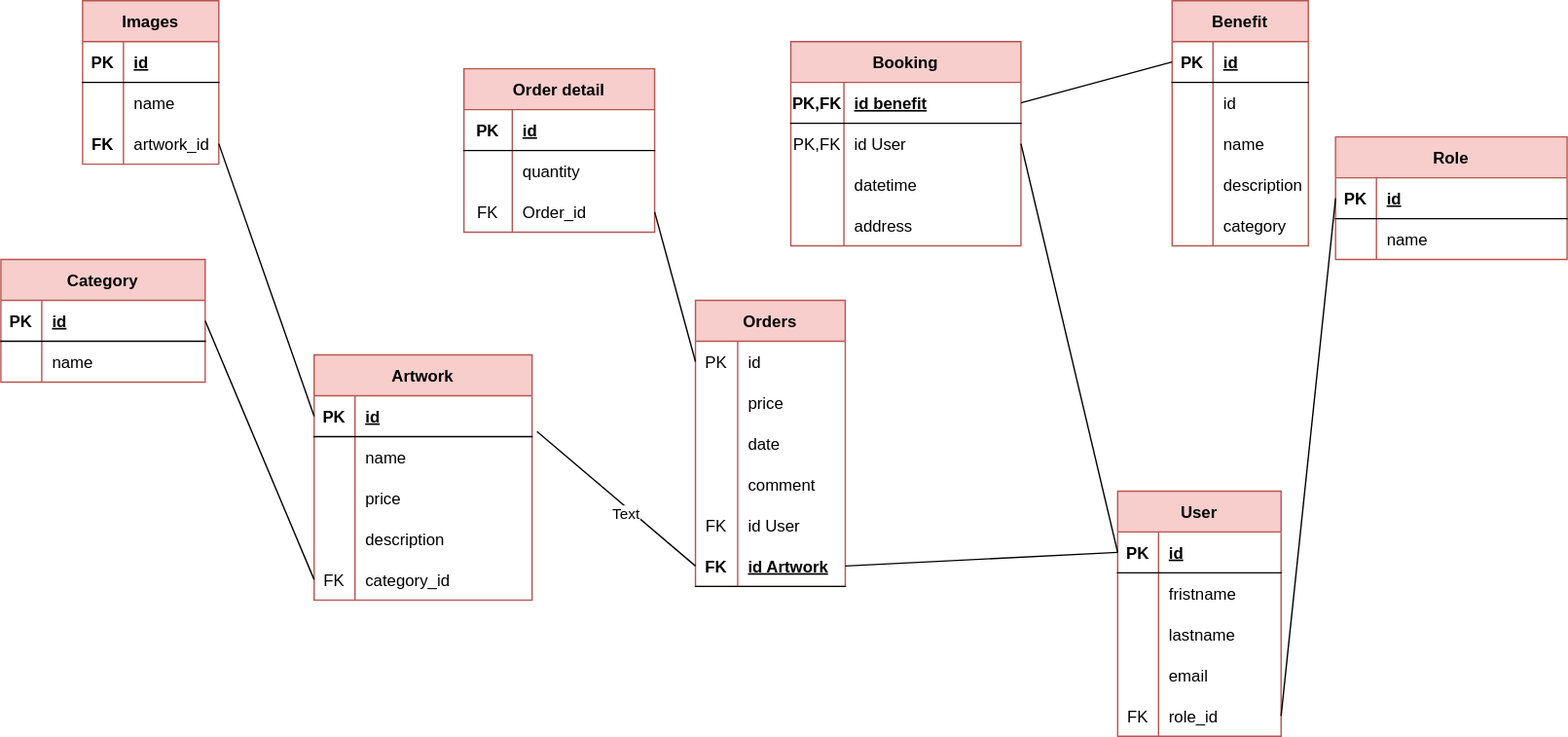
This is code/server/merise/projet madameqalame/MLD.calligraphie.drawio.svg from Mabrouka659/madameqalam, a draw.io export, as it was before one commit. Source tidied: cells renumbered, new cells last; positions are measured from the earlier drawing's top-left corner, leaving out a move shared by most shapes.
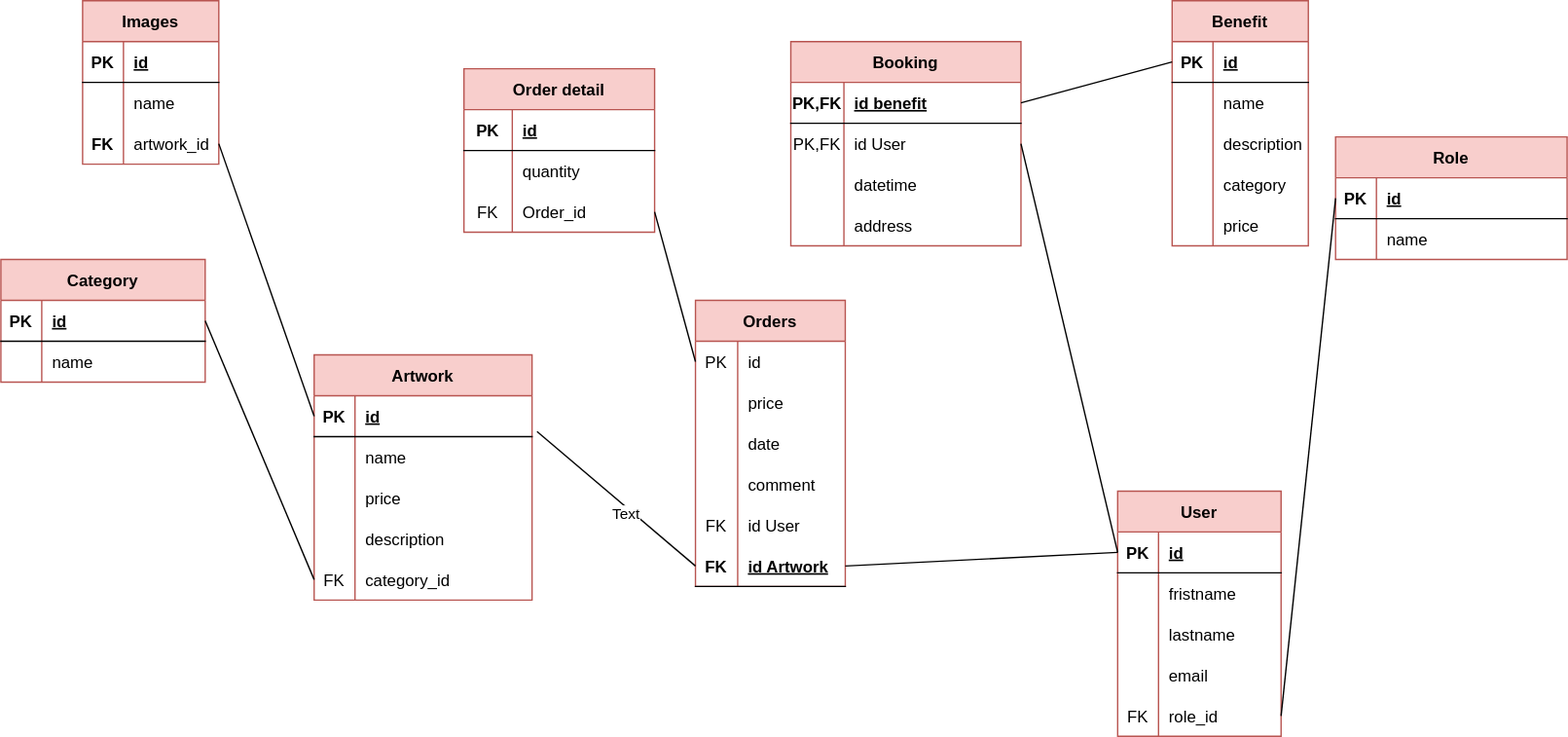
After the commit.

What changed in the source:
```diff
@@ -83,17 +83,8 @@
     <mxCell id="28" value="id" style="shape=partialRectangle;fillColor=none;top=0;left=0;bottom=0;right=0;align=left;spacingLeft=6;fontStyle=5;overflow=hidden;" parent="26" vertex="1">
       <mxGeometry x="30" width="70" height="30" as="geometry" />
     </mxCell>
-    <mxCell id="29" style="shape=tableRow;horizontal=0;startSize=0;swimlaneHead=0;swimlaneBody=0;fillColor=none;top=0;left=0;right=0;bottom=0;" parent="25" vertex="1">
-      <mxGeometry y="60" width="100" height="30" as="geometry" />
-    </mxCell>
-    <mxCell id="30" style="shape=partialRectangle;fillColor=none;top=0;left=0;bottom=0;right=0;overflow=hidden;" parent="29" vertex="1">
-      <mxGeometry width="30" height="30" as="geometry" />
-    </mxCell>
-    <mxCell id="31" value="id" style="shape=partialRectangle;fillColor=none;top=0;left=0;bottom=0;right=0;align=left;spacingLeft=6;overflow=hidden;" parent="29" vertex="1">
-      <mxGeometry x="30" width="70" height="30" as="geometry" />
-    </mxCell>
     <mxCell id="32" style="shape=tableRow;horizontal=0;startSize=0;swimlaneHead=0;swimlaneBody=0;fillColor=none;top=0;left=0;right=0;bottom=0;" parent="25" vertex="1">
-      <mxGeometry y="90" width="100" height="30" as="geometry" />
+      <mxGeometry y="60" width="100" height="30" as="geometry" />
     </mxCell>
     <mxCell id="33" style="shape=partialRectangle;fillColor=none;top=0;left=0;bottom=0;right=0;overflow=hidden;" parent="32" vertex="1">
       <mxGeometry width="30" height="30" as="geometry" />
@@ -102,7 +93,7 @@
       <mxGeometry x="30" width="70" height="30" as="geometry" />
     </mxCell>
     <mxCell id="35" style="shape=tableRow;horizontal=0;startSize=0;swimlaneHead=0;swimlaneBody=0;fillColor=none;top=0;left=0;right=0;bottom=0;" parent="25" vertex="1">
-      <mxGeometry y="120" width="100" height="30" as="geometry" />
+      <mxGeometry y="90" width="100" height="30" as="geometry" />
     </mxCell>
     <mxCell id="36" style="shape=partialRectangle;fillColor=none;top=0;left=0;bottom=0;right=0;overflow=hidden;" parent="35" vertex="1">
       <mxGeometry width="30" height="30" as="geometry" />
@@ -111,7 +102,7 @@
       <mxGeometry x="30" width="70" height="30" as="geometry" />
     </mxCell>
     <mxCell id="38" style="shape=tableRow;horizontal=0;startSize=0;swimlaneHead=0;swimlaneBody=0;fillColor=none;top=0;left=0;right=0;bottom=0;" parent="25" vertex="1">
-      <mxGeometry y="150" width="100" height="30" as="geometry" />
+      <mxGeometry y="120" width="100" height="30" as="geometry" />
     </mxCell>
     <mxCell id="39" style="shape=partialRectangle;fillColor=none;top=0;left=0;bottom=0;right=0;overflow=hidden;" parent="38" vertex="1">
       <mxGeometry width="30" height="30" as="geometry" />
@@ -119,6 +110,15 @@
     <mxCell id="40" value="category" style="shape=partialRectangle;fillColor=none;top=0;left=0;bottom=0;right=0;align=left;spacingLeft=6;overflow=hidden;" parent="38" vertex="1">
       <mxGeometry x="30" width="70" height="30" as="geometry" />
     </mxCell>
+    <mxCell id="125" style="shape=tableRow;horizontal=0;startSize=0;swimlaneHead=0;swimlaneBody=0;fillColor=none;top=0;left=0;right=0;bottom=0;" parent="25" vertex="1">
+      <mxGeometry y="150" width="100" height="30" as="geometry" />
+    </mxCell>
+    <mxCell id="30" style="shape=partialRectangle;fillColor=none;top=0;left=0;bottom=0;right=0;overflow=hidden;" parent="125" vertex="1">
+      <mxGeometry width="30" height="30" as="geometry" />
+    </mxCell>
+    <mxCell id="126" value="price" style="shape=partialRectangle;fillColor=none;top=0;left=0;bottom=0;right=0;align=left;spacingLeft=6;overflow=hidden;" parent="125" vertex="1">
+      <mxGeometry x="30" width="70" height="30" as="geometry" />
+    </mxCell>
     <mxCell id="41" value="Booking" style="shape=table;startSize=30;rowLines=0;fontStyle=1;align=center;fillColor=#f8cecc;strokeColor=#b85450;" parent="1" vertex="1">
       <mxGeometry x="580" y="30" width="169" height="150" as="geometry" />
     </mxCell>
```
